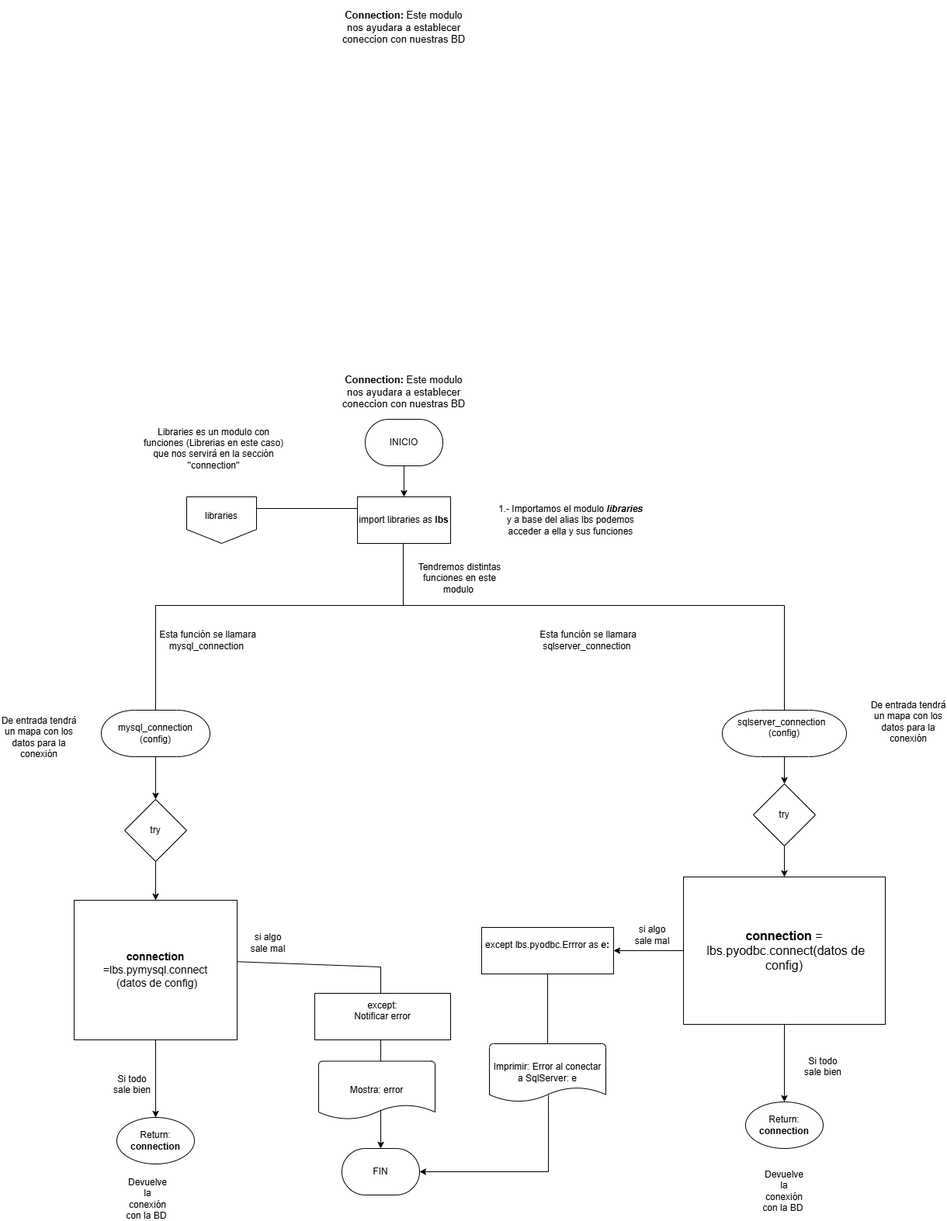
AlfredoZC/Coffee-shop keeps this draw.io diagram as Documentación/Diagramas/MIGRATION/connection_module.drawio.png. Above is the earlier version. Source tidied: cells renumbered, new cells last; positions are measured from the earlier drawing's top-left corner, leaving out a move shared by most shapes.
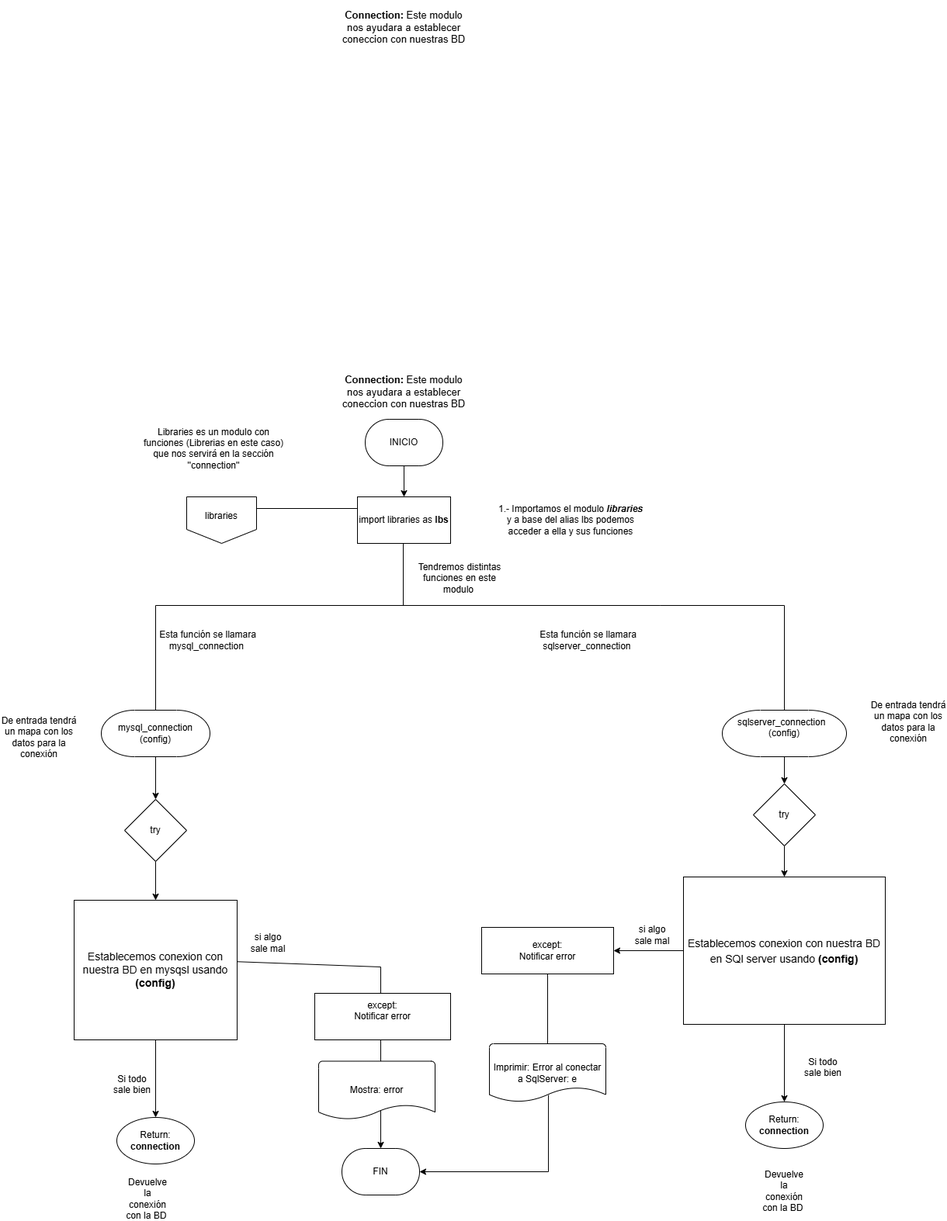
The same diagram one commit later.

The edit, as a diff of the source:
```diff
@@ -97,7 +97,7 @@
     <mxCell id="28" style="edgeStyle=orthogonalEdgeStyle;rounded=0;jettySize=auto;html=1;" parent="1" edge="1" source="29" target="47">
       <mxGeometry relative="1" as="geometry" />
     </mxCell>
-    <mxCell id="29" value="&lt;b&gt;connection &lt;/b&gt;=lbs.pymysql.connect&lt;div&gt;&amp;nbsp;(datos de config)&lt;/div&gt;" style="rounded=0;whiteSpace=wrap;html=1;fontSize=14;" parent="1" vertex="1">
+    <mxCell id="29" value="Establecemos conexion con nuestra BD en mysqsl usando&lt;b&gt; (config)&lt;/b&gt;" style="rounded=0;whiteSpace=wrap;html=1;fontSize=14;" parent="1" vertex="1">
       <mxGeometry x="95" y="1160" width="210" height="180" as="geometry" />
     </mxCell>
     <mxCell id="30" style="endArrow=classic;html=1;rounded=0;exitX=0.998;exitY=0.44;exitDx=0;exitDy=0;exitPerimeter=0;entryX=0.5;entryY=0;entryDx=0;entryDy=0;entryPerimeter=0;" parent="1" edge="1" source="29" target="5">
@@ -128,10 +128,10 @@
     <mxCell id="37" style="edgeStyle=orthogonalEdgeStyle;rounded=0;jettySize=auto;html=1;" parent="1" edge="1" source="38" target="39">
       <mxGeometry relative="1" as="geometry" />
     </mxCell>
-    <mxCell id="38" value="&lt;b&gt;connection&lt;/b&gt; =&lt;div&gt;&amp;nbsp;lbs.pyodbc.connect(datos de config)&lt;/div&gt;" style="rounded=0;whiteSpace=wrap;html=1;fontSize=16;" parent="1" vertex="1">
+    <mxCell id="38" value="&lt;span style=&quot;font-size: 14px;&quot;&gt;Establecemos conexion con nuestra BD en SQl server usando&lt;/span&gt;&lt;b style=&quot;font-size: 14px;&quot;&gt;&amp;nbsp;(config)&lt;/b&gt;" style="rounded=0;whiteSpace=wrap;html=1;fontSize=16;" parent="1" vertex="1">
       <mxGeometry x="880" y="1130" width="260" height="190" as="geometry" />
     </mxCell>
-    <mxCell id="39" value="except lbs.pyodbc.Errror as &lt;b&gt;e:&lt;/b&gt;&lt;div&gt;&lt;b&gt;&lt;br&gt;&lt;/b&gt;&lt;/div&gt;" style="rounded=0;whiteSpace=wrap;html=1;" parent="1" vertex="1">
+    <mxCell id="39" value="&lt;div&gt;except:&lt;br&gt;Notificar error&lt;br&gt;&lt;div&gt;&lt;/div&gt;&lt;/div&gt;" style="rounded=0;whiteSpace=wrap;html=1;" parent="1" vertex="1">
       <mxGeometry x="620" y="1195" width="170" height="60" as="geometry" />
     </mxCell>
     <mxCell id="40" value="Imprimir: Error al conectar a SqlServer: e" style="strokeWidth=1;html=1;shape=mxgraph.flowchart.document2;whiteSpace=wrap;size=0.25;" parent="1" vertex="1">
```
